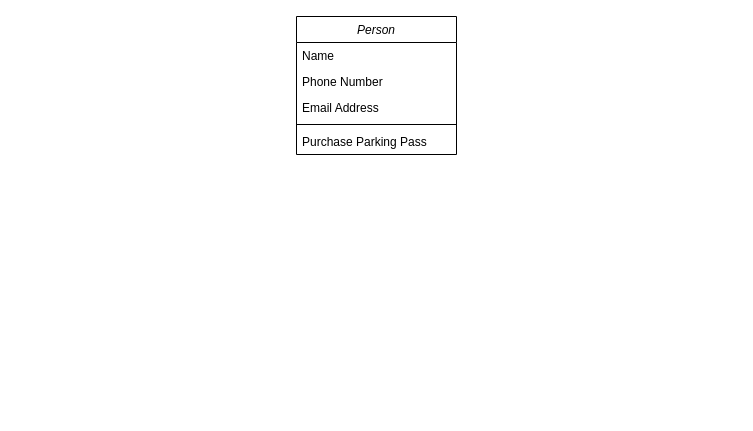
Before: Untitled Diagram.drawio in Ramonmelod/iphone-POO, a draw.io diagram. Source tidied: cells renumbered, new cells numbered last; positions are measured from the earlier drawing's top-left corner, leaving out a move shared by most shapes. Both pictures are drawn from the tidied source at 100%, with x=0, y=0 at pixel (296, 16).
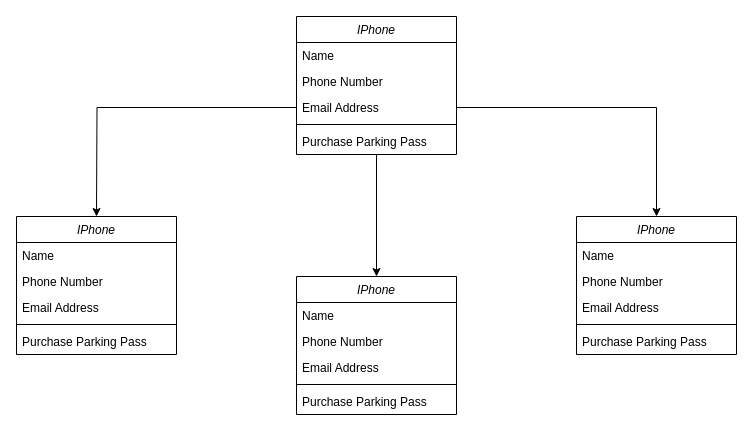
After the change.

Commit message:
Docs: Basic implementation of the boxes class and interface in UML

The change refers to these unchanged cells:
```xml
<mxCell id="5" value="Email Address" style="text;align=left;verticalAlign=top;spacingLeft=4;spacingRight=4;overflow=hidden;points=[[0,0.5],[1,0.5]];portConstraint=eastwest;rounded=0;shadow=0;html=0;" parent="2" vertex="1">
  <mxGeometry y="78" width="160" height="26" as="geometry" />
</mxCell>
```

Diff of the diagram source:
```diff
@@
+    <mxCell id="8" style="edgeStyle=orthogonalEdgeStyle;rounded=0;jettySize=auto;html=1;" parent="1" edge="1" source="2" target="11">
+      <mxGeometry relative="1" as="geometry" />
+    </mxCell>
-    <mxCell id="2" value="Person" style="swimlane;fontStyle=2;align=center;verticalAlign=top;horizontal=1;startSize=26;rounded=0;shadow=0;strokeWidth=1;" parent="1" vertex="1">
+    <mxCell id="2" value="IPhone" style="swimlane;fontStyle=2;align=center;verticalAlign=top;horizontal=1;startSize=26;rounded=0;shadow=0;strokeWidth=1;" parent="1" vertex="1">
       <mxGeometry width="160" height="138" as="geometry" />
     </mxCell>
@@
+    <mxCell id="9" style="edgeStyle=orthogonalEdgeStyle;rounded=0;jettySize=auto;html=1;" parent="1" edge="1" source="5">
+      <mxGeometry relative="1" as="geometry">
+        <mxPoint x="-200" y="200" as="targetPoint" />
+      </mxGeometry>
+    </mxCell>
+    <mxCell id="10" style="edgeStyle=orthogonalEdgeStyle;rounded=0;jettySize=auto;html=1;entryX=0.5;entryY=0;entryDx=0;entryDy=0;" parent="1" edge="1" source="5" target="17">
+      <mxGeometry relative="1" as="geometry" />
+    </mxCell>
+    <mxCell id="11" value="IPhone" style="swimlane;fontStyle=2;align=center;verticalAlign=top;horizontal=1;startSize=26;rounded=0;shadow=0;strokeWidth=1;" parent="1" vertex="1">
+      <mxGeometry y="260" width="160" height="138" as="geometry" />
+    </mxCell>
+    <mxCell id="12" value="Name" style="text;align=left;verticalAlign=top;spacingLeft=4;spacingRight=4;overflow=hidden;" parent="11" vertex="1">
+      <mxGeometry y="26" width="160" height="26" as="geometry" />
+    </mxCell>
+    <mxCell id="13" value="Phone Number" style="text;align=left;verticalAlign=top;spacingLeft=4;spacingRight=4;overflow=hidden;rounded=0;shadow=0;html=0;" parent="11" vertex="1">
+      <mxGeometry y="52" width="160" height="26" as="geometry" />
+    </mxCell>
+    <mxCell id="14" value="Email Address" style="text;align=left;verticalAlign=top;spacingLeft=4;spacingRight=4;overflow=hidden;rounded=0;shadow=0;html=0;" parent="11" vertex="1">
+      <mxGeometry y="78" width="160" height="26" as="geometry" />
+    </mxCell>
+    <mxCell id="15" style="line;html=1;strokeWidth=1;align=left;verticalAlign=middle;spacingTop=-1;spacingLeft=3;spacingRight=3;labelPosition=right;" parent="11" vertex="1">
+      <mxGeometry y="104" width="160" height="8" as="geometry" />
+    </mxCell>
+    <mxCell id="16" value="Purchase Parking Pass" style="text;align=left;verticalAlign=top;spacingLeft=4;spacingRight=4;overflow=hidden;" parent="11" vertex="1">
+      <mxGeometry y="112" width="160" height="26" as="geometry" />
+    </mxCell>
+    <mxCell id="17" value="IPhone" style="swimlane;fontStyle=2;align=center;verticalAlign=top;horizontal=1;startSize=26;rounded=0;shadow=0;strokeWidth=1;" parent="1" vertex="1">
+      <mxGeometry x="280" y="200" width="160" height="138" as="geometry" />
+    </mxCell>
+    <mxCell id="18" value="Name" style="text;align=left;verticalAlign=top;spacingLeft=4;spacingRight=4;overflow=hidden;" parent="17" vertex="1">
+      <mxGeometry y="26" width="160" height="26" as="geometry" />
+    </mxCell>
+    <mxCell id="19" value="Phone Number" style="text;align=left;verticalAlign=top;spacingLeft=4;spacingRight=4;overflow=hidden;rounded=0;shadow=0;html=0;" parent="17" vertex="1">
+      <mxGeometry y="52" width="160" height="26" as="geometry" />
+    </mxCell>
+    <mxCell id="20" value="Email Address" style="text;align=left;verticalAlign=top;spacingLeft=4;spacingRight=4;overflow=hidden;rounded=0;shadow=0;html=0;" parent="17" vertex="1">
+      <mxGeometry y="78" width="160" height="26" as="geometry" />
+    </mxCell>
+    <mxCell id="21" style="line;html=1;strokeWidth=1;align=left;verticalAlign=middle;spacingTop=-1;spacingLeft=3;spacingRight=3;labelPosition=right;" parent="17" vertex="1">
+      <mxGeometry y="104" width="160" height="8" as="geometry" />
+    </mxCell>
+    <mxCell id="22" value="Purchase Parking Pass" style="text;align=left;verticalAlign=top;spacingLeft=4;spacingRight=4;overflow=hidden;" parent="17" vertex="1">
+      <mxGeometry y="112" width="160" height="26" as="geometry" />
+    </mxCell>
+    <mxCell id="23" value="IPhone" style="swimlane;fontStyle=2;align=center;verticalAlign=top;horizontal=1;startSize=26;rounded=0;shadow=0;strokeWidth=1;" parent="1" vertex="1">
+      <mxGeometry x="-280" y="200" width="160" height="138" as="geometry" />
+    </mxCell>
+    <mxCell id="24" value="Name" style="text;align=left;verticalAlign=top;spacingLeft=4;spacingRight=4;overflow=hidden;" parent="23" vertex="1">
+      <mxGeometry y="26" width="160" height="26" as="geometry" />
+    </mxCell>
+    <mxCell id="25" value="Phone Number" style="text;align=left;verticalAlign=top;spacingLeft=4;spacingRight=4;overflow=hidden;rounded=0;shadow=0;html=0;" parent="23" vertex="1">
+      <mxGeometry y="52" width="160" height="26" as="geometry" />
+    </mxCell>
+    <mxCell id="26" value="Email Address" style="text;align=left;verticalAlign=top;spacingLeft=4;spacingRight=4;overflow=hidden;rounded=0;shadow=0;html=0;" parent="23" vertex="1">
+      <mxGeometry y="78" width="160" height="26" as="geometry" />
+    </mxCell>
+    <mxCell id="27" style="line;html=1;strokeWidth=1;align=left;verticalAlign=middle;spacingTop=-1;spacingLeft=3;spacingRight=3;labelPosition=right;" parent="23" vertex="1">
+      <mxGeometry y="104" width="160" height="8" as="geometry" />
+    </mxCell>
+    <mxCell id="28" value="Purchase Parking Pass" style="text;align=left;verticalAlign=top;spacingLeft=4;spacingRight=4;overflow=hidden;" parent="23" vertex="1">
+      <mxGeometry y="112" width="160" height="26" as="geometry" />
+    </mxCell>
```
